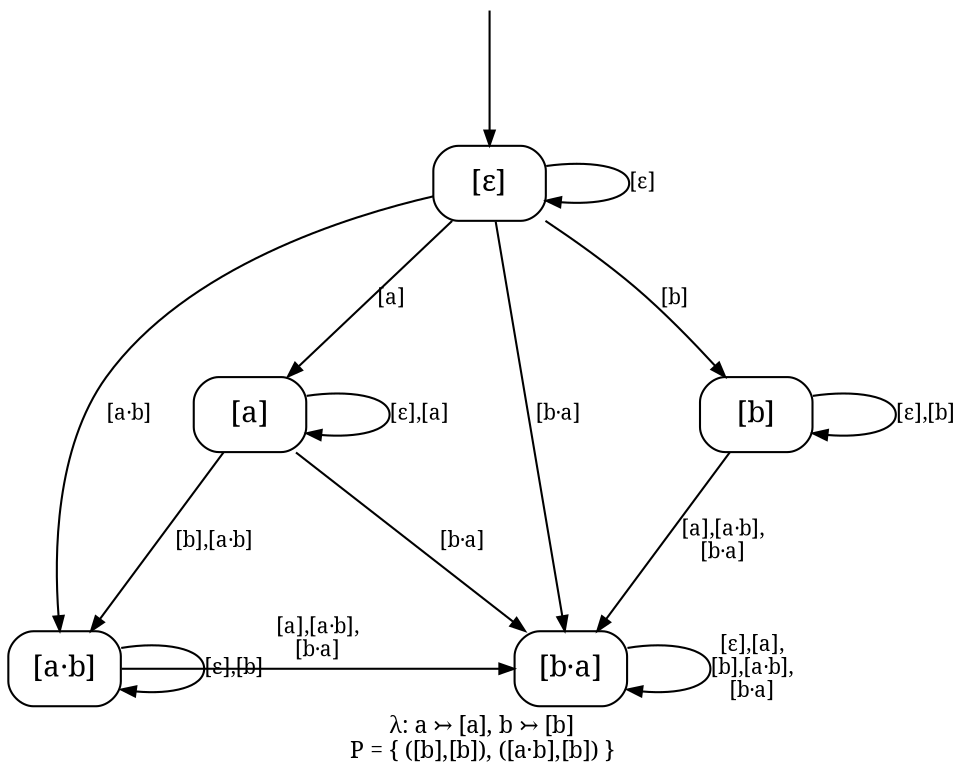
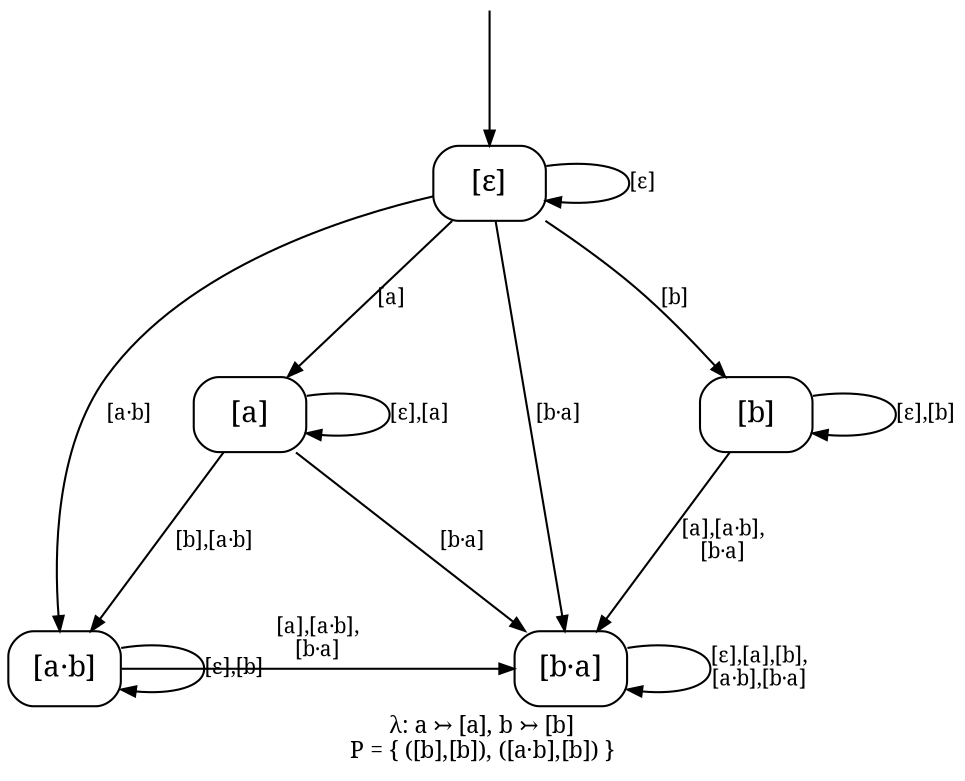
// sos2cayley astar_bomega.sos --rename a=a,!a=b --keep-identity
digraph core_F0_astar_bomega {
  rankdir=TB;
  ranksep=0.87; nodesep=0.55;
  node [shape=box, style=rounded, fontname="serif", margin="0.06,0.03"];
  edge [fontname="serif", fontsize=10, arrowsize=0.7];
  label="λ: a ↣ [a], b ↣ [b]\nP = { ([b],[b]), ([a·b],[b]) }";
  labelloc="b"; labeljust="c"; fontname="serif"; fontsize=11;

  eps [label="[ε]"];
  a [label="[a]"];
  b [label="[b]"];
  ab [label="[a·b]"];
  ba [label="[b·a]"];
  _init [shape=none, label="", width=0.02, height=0.02];
  _init -> eps;

  { rank=same; eps; }
  { rank=same; a b; }
  { rank=same; ab ba; }

  eps -> eps [label="[ε]", weight=10];
  eps -> a [label="[a]", weight=10];
  eps -> b [label="[b]", weight=10];
  eps -> ab [label="[a·b]", weight=10];
  eps -> ba [label="[b·a]", weight=10];
  a -> a [label="[ε],[a]", weight=1];
  a -> ab [label="[b],[a·b]", weight=3];
  a -> ba [label="[b·a]", weight=1];
  b -> b [label="[ε],[b]", weight=1];
  b -> ba [label="[a],[a·b],\n[b·a]", weight=3];
  ab -> ab [label="[ε],[b]", weight=1];
  ab -> ba [label="[a],[a·b],\n[b·a]", weight=1];
-   ba -> ba [label="[ε],[a],\n[b],[a·b],\n[b·a]", weight=1];
+   ba -> ba [label="[ε],[a],[b],\n[a·b],[b·a]", weight=1];
}
